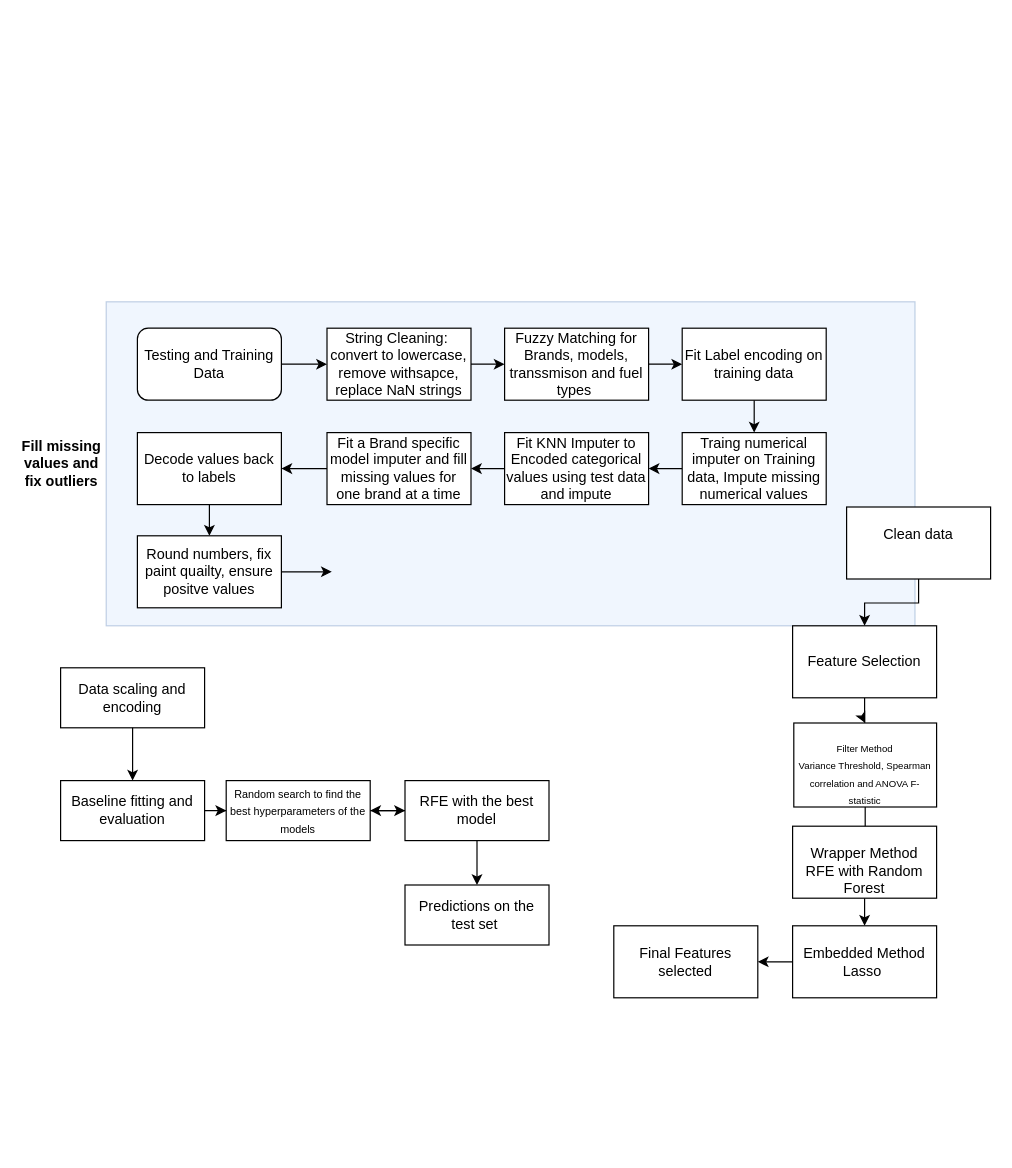
LiberoBiagi/ML_Nova_IMS_25-26 keeps this draw.io diagram as ML_draw.drawio. Above is the earlier version. Source tidied: cells renumbered, new cells numbered last; positions are measured from the earlier drawing's top-left corner, leaving out a move shared by most shapes. Both pictures are drawn from the tidied source at 120%, with x=0, y=0 at pixel (20, 301).
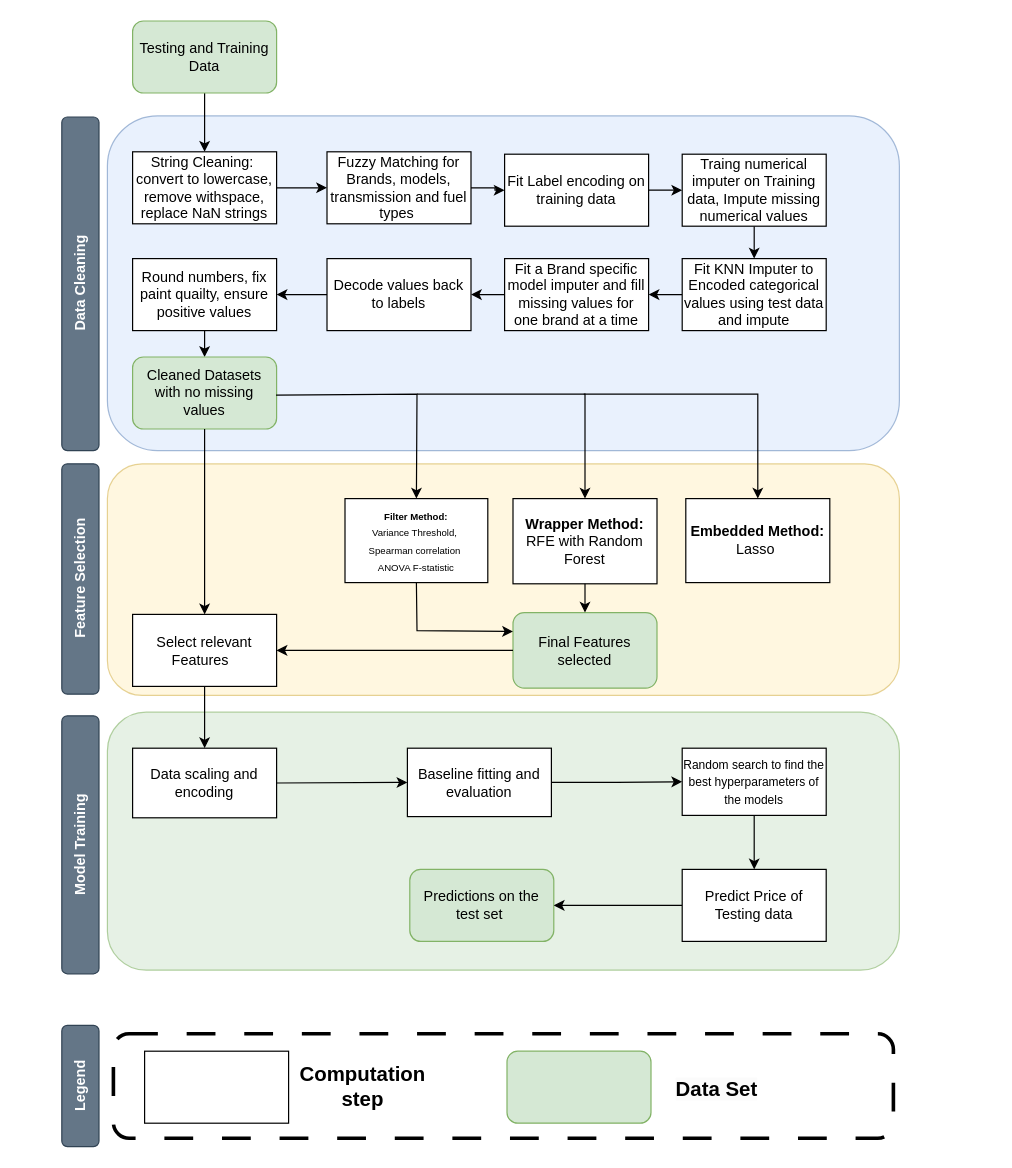
The same diagram, later.

What changed in the source:
```diff
@@
-    <mxCell id="2" style="rounded=0;whiteSpace=wrap;html=1;fillColor=#dae8fc;strokeColor=#6c8ebf;opacity=40;" parent="1" vertex="1">
-      <mxGeometry x="71" width="674" height="270" as="geometry" />
-    </mxCell>
+    <mxCell id="43" style="rounded=1;whiteSpace=wrap;html=1;fillColor=#d5e8d4;strokeColor=#82b366;opacity=60;" parent="1" vertex="1">
+      <mxGeometry x="72" y="342" width="660" height="215" as="geometry" />
+    </mxCell>
+    <mxCell id="44" style="rounded=1;whiteSpace=wrap;html=1;fillColor=#fff2cc;strokeColor=#d6b656;opacity=60;" parent="1" vertex="1">
+      <mxGeometry x="72" y="135" width="660" height="193" as="geometry" />
+    </mxCell>
+    <mxCell id="45" style="rounded=1;whiteSpace=wrap;html=1;fillColor=#dae8fc;strokeColor=#6c8ebf;opacity=60;" parent="1" vertex="1">
+      <mxGeometry x="72" y="-155" width="660" height="279" as="geometry" />
+    </mxCell>
     <mxCell id="3" value="Data scaling and encoding" style="rounded=0;whiteSpace=wrap;html=1;" parent="1" vertex="1">
-      <mxGeometry x="33" y="305" width="120" height="50" as="geometry" />
+      <mxGeometry x="93" y="372" width="120" height="58" as="geometry" />
     </mxCell>
-    <mxCell id="4" style="endArrow=classic;html=1;rounded=0;exitX=0.5;exitY=1;exitDx=0;exitDy=0;entryX=0.5;entryY=0;entryDx=0;entryDy=0;" parent="1" edge="1" source="3" target="6">
+    <mxCell id="4" style="endArrow=classic;html=1;rounded=0;exitX=1;exitY=0.5;exitDx=0;exitDy=0;entryX=0;entryY=0.5;entryDx=0;entryDy=0;" parent="1" edge="1" source="3" target="6">
       <mxGeometry relative="1" as="geometry" />
     </mxCell>
@@
     <mxCell id="6" value="Baseline fitting and evaluation" style="rounded=0;whiteSpace=wrap;html=1;" parent="1" vertex="1">
-      <mxGeometry x="33" y="399" width="120" height="50" as="geometry" />
+      <mxGeometry x="322" y="372" width="120" height="57" as="geometry" />
     </mxCell>
-    <mxCell id="7" style="edgeStyle=orthogonalEdgeStyle;rounded=0;jettySize=auto;html=1;" parent="1" edge="1" source="8" target="39">
-      <mxGeometry relative="1" as="geometry" />
-    </mxCell>
+    <mxCell id="46" style="edgeStyle=orthogonalEdgeStyle;rounded=0;jettySize=auto;html=1;" parent="1" edge="1" source="8" target="62">
+      <mxGeometry relative="1" as="geometry" />
+    </mxCell>
-    <mxCell id="8" value="&lt;font style=&quot;font-size: 9px;&quot;&gt;Random search to find the best hyperparameters of the models&lt;/font&gt;" style="whiteSpace=wrap;html=1;rounded=0;" parent="1" vertex="1">
-      <mxGeometry x="171" y="399" width="120" height="50" as="geometry" />
+    <mxCell id="8" value="&lt;font style=&quot;font-size: 10px;&quot;&gt;Random search to find the best hyperparameters of the models&lt;/font&gt;" style="whiteSpace=wrap;html=1;rounded=0;" parent="1" vertex="1">
+      <mxGeometry x="551" y="372" width="120" height="56" as="geometry" />
     </mxCell>
-    <mxCell id="9" style="edgeStyle=orthogonalEdgeStyle;rounded=0;jettySize=auto;html=1;" parent="1" edge="1" source="39" target="11">
-      <mxGeometry relative="1" as="geometry" />
-    </mxCell>
-    <mxCell id="10" style="edgeStyle=orthogonalEdgeStyle;rounded=0;jettySize=auto;html=1;" parent="1" edge="1" source="39" target="8">
-      <mxGeometry relative="1" as="geometry" />
-    </mxCell>
-    <mxCell id="11" value="Predictions on the test set&lt;span style=&quot;background-color: transparent; color: light-dark(rgb(0, 0, 0), rgb(255, 255, 255));&quot;&gt;&amp;nbsp;&lt;/span&gt;" style="whiteSpace=wrap;html=1;rounded=0;" parent="1" vertex="1">
-      <mxGeometry x="320" y="486" width="120" height="50" as="geometry" />
-    </mxCell>
@@
-    <mxCell id="13" value="Testing and Training Data" style="rounded=1;whiteSpace=wrap;html=1;" parent="1" vertex="1">
-      <mxGeometry x="97" y="22" width="120" height="60" as="geometry" />
+    <mxCell id="13" value="Testing and Training Data" style="rounded=1;whiteSpace=wrap;html=1;fillColor=#d5e8d4;strokeColor=#82b366;" parent="1" vertex="1">
+      <mxGeometry x="93" y="-234" width="120" height="60" as="geometry" />
     </mxCell>
@@
-    <mxCell id="15" value="String Cleaning:&amp;nbsp;&lt;br&gt;convert to lowercase, remove withsapce, replace NaN strings" style="rounded=0;whiteSpace=wrap;html=1;" parent="1" vertex="1">
-      <mxGeometry x="255" y="22" width="120" height="60" as="geometry" />
+    <mxCell id="15" value="String Cleaning:&amp;nbsp;&lt;br&gt;convert to lowercase, remove withspace, replace NaN strings" style="rounded=0;whiteSpace=wrap;html=1;" parent="1" vertex="1">
+      <mxGeometry x="93" y="-125" width="120" height="60" as="geometry" />
     </mxCell>
@@
-    <mxCell id="17" value="Fuzzy Matching for Brands, models, transsmison and fuel types&amp;nbsp;" style="rounded=0;whiteSpace=wrap;html=1;" parent="1" vertex="1">
-      <mxGeometry x="403" y="22" width="120" height="60" as="geometry" />
+    <mxCell id="17" value="Fuzzy Matching for Brands, models, transmission and fuel types&amp;nbsp;" style="rounded=0;whiteSpace=wrap;html=1;" parent="1" vertex="1">
+      <mxGeometry x="255" y="-125" width="120" height="60" as="geometry" />
     </mxCell>
@@
     <mxCell id="19" value="Fit Label encoding on training data" style="rounded=0;whiteSpace=wrap;html=1;" parent="1" vertex="1">
-      <mxGeometry x="551" y="22" width="120" height="60" as="geometry" />
+      <mxGeometry x="403" y="-123" width="120" height="60" as="geometry" />
     </mxCell>
@@
     <mxCell id="21" value="Traing numerical imputer on Training data, Impute missing numerical values" style="rounded=0;whiteSpace=wrap;html=1;" parent="1" vertex="1">
-      <mxGeometry x="551" y="109" width="120" height="60" as="geometry" />
+      <mxGeometry x="551" y="-123" width="120" height="60" as="geometry" />
     </mxCell>
@@
     <mxCell id="23" value="Fit KNN Imputer to Encoded categorical values using test data and impute" style="rounded=0;whiteSpace=wrap;html=1;" parent="1" vertex="1">
-      <mxGeometry x="403" y="109" width="120" height="60" as="geometry" />
+      <mxGeometry x="551" y="-36" width="120" height="60" as="geometry" />
     </mxCell>
@@
     <mxCell id="25" value="Fit a Brand specific model imputer and fill missing values for one brand at a time" style="rounded=0;whiteSpace=wrap;html=1;" parent="1" vertex="1">
-      <mxGeometry x="255" y="109" width="120" height="60" as="geometry" />
+      <mxGeometry x="403" y="-36" width="120" height="60" as="geometry" />
     </mxCell>
@@
     <mxCell id="27" value="Decode values back to labels" style="rounded=0;whiteSpace=wrap;html=1;" parent="1" vertex="1">
-      <mxGeometry x="97" y="109" width="120" height="60" as="geometry" />
+      <mxGeometry x="255" y="-36" width="120" height="60" as="geometry" />
     </mxCell>
-    <mxCell id="28" style="edgeStyle=orthogonalEdgeStyle;rounded=0;jettySize=auto;html=1;" parent="1" edge="1" source="29">
-      <mxGeometry relative="1" as="geometry">
-        <mxPoint x="259" y="225" as="targetPoint" />
-      </mxGeometry>
-    </mxCell>
+    <mxCell id="47" style="edgeStyle=orthogonalEdgeStyle;rounded=0;jettySize=auto;html=1;" parent="1" edge="1" source="29" target="48">
+      <mxGeometry relative="1" as="geometry">
+        <Array as="points">
+          <mxPoint x="153" y="80" />
+        </Array>
+      </mxGeometry>
+    </mxCell>
-    <mxCell id="29" value="Round numbers, fix paint quailty, ensure positve values" style="rounded=0;whiteSpace=wrap;html=1;" parent="1" vertex="1">
-      <mxGeometry x="97" y="195" width="120" height="60" as="geometry" />
+    <mxCell id="29" value="Round numbers, fix paint quailty, ensure positive values" style="rounded=0;whiteSpace=wrap;html=1;" parent="1" vertex="1">
+      <mxGeometry x="93" y="-36" width="120" height="60" as="geometry" />
     </mxCell>
-    <mxCell id="30" value="&lt;b&gt;Fill missing values and fix outliers&lt;/b&gt;" style="text;html=1;align=center;verticalAlign=middle;whiteSpace=wrap;rounded=0;" parent="1" vertex="1">
-      <mxGeometry y="101.5" width="68" height="67" as="geometry" />
-    </mxCell>
-    <mxCell id="31" style="edgeStyle=orthogonalEdgeStyle;rounded=0;jettySize=auto;html=1;" parent="1" edge="1" source="32" target="34">
-      <mxGeometry relative="1" as="geometry" />
-    </mxCell>
+    <mxCell id="34" value="&lt;div&gt;&lt;font style=&quot;font-size: 8px;&quot;&gt;&lt;b&gt;Filter Method:&lt;/b&gt;&lt;/font&gt;&lt;/div&gt;&lt;div&gt;&lt;font style=&quot;font-size: 8px;&quot;&gt;Variance Threshold,&amp;nbsp;&lt;/font&gt;&lt;/div&gt;&lt;div&gt;&lt;font style=&quot;font-size: 8px;&quot;&gt;Spearman correlation&amp;nbsp;&lt;/font&gt;&lt;/div&gt;&lt;div&gt;&lt;font style=&quot;font-size: 8px;&quot;&gt;ANOVA F-statistic&lt;/font&gt;&lt;/div&gt;" style="whiteSpace=wrap;html=1;rounded=0;" parent="1" vertex="1">
+      <mxGeometry x="270" y="164" width="119" height="70" as="geometry" />
+    </mxCell>
+    <mxCell id="36" value="&lt;div&gt;&lt;b&gt;Wrapper Method:&lt;/b&gt;&lt;/div&gt;&lt;div&gt;RFE with Random Forest&lt;/div&gt;" style="whiteSpace=wrap;html=1;rounded=0;" parent="1" vertex="1">
+      <mxGeometry x="410" y="164" width="120" height="71" as="geometry" />
+    </mxCell>
+    <mxCell id="38" value="&lt;br&gt;&lt;div&gt;&lt;b&gt;Embedded Method:&lt;/b&gt;&lt;/div&gt;&lt;div&gt;Lasso&amp;nbsp;&lt;/div&gt;&lt;div&gt;&lt;br&gt;&lt;/div&gt;" style="whiteSpace=wrap;html=1;rounded=0;" parent="1" vertex="1">
+      <mxGeometry x="554" y="164" width="120" height="70" as="geometry" />
+    </mxCell>
+    <mxCell id="40" value="Final Features selected" style="rounded=1;whiteSpace=wrap;html=1;fillColor=#d5e8d4;strokeColor=#82b366;" parent="1" vertex="1">
+      <mxGeometry x="410" y="259" width="120" height="63" as="geometry" />
+    </mxCell>
+    <mxCell id="48" value="Cleaned Datasets with no missing values" style="rounded=1;whiteSpace=wrap;html=1;fillColor=#d5e8d4;strokeColor=#82b366;" parent="1" vertex="1">
+      <mxGeometry x="93" y="46" width="120" height="60" as="geometry" />
+    </mxCell>
+    <mxCell id="49" style="endArrow=classic;html=1;rounded=0;entryX=0.5;entryY=0;entryDx=0;entryDy=0;" parent="1" edge="1" source="36" target="40">
+      <mxGeometry relative="1" as="geometry" />
+    </mxCell>
+    <mxCell id="50" style="endArrow=classic;html=1;rounded=0;exitX=0.996;exitY=0.529;exitDx=0;exitDy=0;entryX=0.5;entryY=0;entryDx=0;entryDy=0;exitPerimeter=0;" parent="1" edge="1" source="48" target="34">
+      <mxGeometry relative="1" as="geometry">
+        <Array as="points">
+          <mxPoint x="330" y="77" />
+        </Array>
+      </mxGeometry>
+    </mxCell>
+    <mxCell id="51" style="endArrow=classic;html=1;rounded=0;entryX=0.5;entryY=0;entryDx=0;entryDy=0;" parent="1" edge="1" target="36">
+      <mxGeometry relative="1" as="geometry">
+        <mxPoint x="330" y="77" as="sourcePoint" />
+        <Array as="points">
+          <mxPoint x="470" y="77" />
+        </Array>
+      </mxGeometry>
+    </mxCell>
+    <mxCell id="52" style="endArrow=classic;html=1;rounded=0;entryX=0.5;entryY=0;entryDx=0;entryDy=0;" parent="1" edge="1" target="38">
+      <mxGeometry relative="1" as="geometry">
+        <mxPoint x="469" y="77" as="sourcePoint" />
+        <Array as="points">
+          <mxPoint x="614" y="77" />
+        </Array>
+      </mxGeometry>
+    </mxCell>
+    <mxCell id="53" value="Select relevant Features&amp;nbsp;&amp;nbsp;" style="rounded=0;whiteSpace=wrap;html=1;" parent="1" vertex="1">
+      <mxGeometry x="93" y="260.5" width="120" height="60" as="geometry" />
+    </mxCell>
+    <mxCell id="54" style="endArrow=classic;html=1;rounded=0;exitX=0;exitY=0.5;exitDx=0;exitDy=0;entryX=1;entryY=0.5;entryDx=0;entryDy=0;" parent="1" edge="1" source="40" target="53">
+      <mxGeometry relative="1" as="geometry" />
+    </mxCell>
+    <mxCell id="55" style="endArrow=classic;html=1;rounded=0;exitX=0.5;exitY=1;exitDx=0;exitDy=0;" parent="1" edge="1" source="48" target="53">
+      <mxGeometry relative="1" as="geometry" />
+    </mxCell>
+    <mxCell id="56" style="endArrow=classic;html=1;rounded=0;exitX=0.5;exitY=1;exitDx=0;exitDy=0;entryX=0.5;entryY=0;entryDx=0;entryDy=0;" parent="1" edge="1" source="53" target="3">
+      <mxGeometry relative="1" as="geometry" />
+    </mxCell>
+    <mxCell id="11" value="Predictions on the test set&lt;span style=&quot;color: light-dark(rgb(0, 0, 0), rgb(255, 255, 255)); background-color: transparent;&quot;&gt;&amp;nbsp;&lt;/span&gt;" style="rounded=1;whiteSpace=wrap;html=1;fillColor=#d5e8d4;strokeColor=#82b366;" parent="1" vertex="1">
+      <mxGeometry x="324" y="473" width="120" height="60" as="geometry" />
+    </mxCell>
+    <mxCell id="57" value="Data Cleaning" style="rounded=1;whiteSpace=wrap;html=1;glass=0;horizontal=0;fontStyle=1;fillColor=#647687;fontColor=#ffffff;strokeColor=#314354;" parent="1" vertex="1">
+      <mxGeometry x="34" y="-154" width="31" height="278" as="geometry" />
+    </mxCell>
-    <mxCell id="32" value="Feature Selection" style="rounded=0;whiteSpace=wrap;html=1;" parent="1" vertex="1">
-      <mxGeometry x="643" y="270" width="120" height="60" as="geometry" />
+    <mxCell id="32" value="Feature Selection" style="rounded=1;whiteSpace=wrap;html=1;glass=0;horizontal=0;fontStyle=1;fillColor=#647687;fontColor=#ffffff;strokeColor=#314354;" parent="1" vertex="1">
+      <mxGeometry x="34" y="135" width="31" height="192" as="geometry" />
     </mxCell>
-    <mxCell id="33" style="edgeStyle=orthogonalEdgeStyle;rounded=0;jettySize=auto;html=1;" parent="1" edge="1" source="34" target="36">
-      <mxGeometry relative="1" as="geometry" />
-    </mxCell>
-    <mxCell id="34" value="&lt;font style=&quot;font-size: 6px;&quot;&gt;&lt;br&gt;&lt;/font&gt;&lt;div&gt;&lt;font style=&quot;font-size: 8px;&quot;&gt;Filter Method&lt;/font&gt;&lt;/div&gt;&lt;div&gt;&lt;font style=&quot;font-size: 8px;&quot;&gt;Variance Threshold, Spearman correlation and ANOVA F-statistic&lt;/font&gt;&lt;/div&gt;" style="whiteSpace=wrap;html=1;rounded=0;" parent="1" vertex="1">
-      <mxGeometry x="644" y="351" width="119" height="70" as="geometry" />
-    </mxCell>
-    <mxCell id="35" style="edgeStyle=orthogonalEdgeStyle;rounded=0;jettySize=auto;html=1;" parent="1" edge="1" source="36" target="38">
-      <mxGeometry relative="1" as="geometry" />
-    </mxCell>
-    <mxCell id="36" value="&lt;br&gt;&lt;div&gt;Wrapper Method&lt;/div&gt;&lt;div&gt;RFE with Random Forest&lt;/div&gt;" style="whiteSpace=wrap;html=1;rounded=0;" parent="1" vertex="1">
-      <mxGeometry x="643" y="437" width="120" height="60" as="geometry" />
-    </mxCell>
-    <mxCell id="37" style="edgeStyle=orthogonalEdgeStyle;rounded=0;jettySize=auto;html=1;" parent="1" edge="1" source="38" target="40">
-      <mxGeometry relative="1" as="geometry" />
-    </mxCell>
-    <mxCell id="38" value="&lt;br&gt;&lt;div&gt;Embedded Method&lt;/div&gt;&lt;div&gt;Lasso&amp;nbsp;&lt;/div&gt;&lt;div&gt;&lt;br&gt;&lt;/div&gt;" style="whiteSpace=wrap;html=1;rounded=0;" parent="1" vertex="1">
-      <mxGeometry x="643" y="520" width="120" height="60" as="geometry" />
-    </mxCell>
-    <mxCell id="39" value="RFE with the best model" style="whiteSpace=wrap;html=1;rounded=0;" parent="1" vertex="1">
-      <mxGeometry x="320" y="399" width="120" height="50" as="geometry" />
-    </mxCell>
-    <mxCell id="40" value="Final Features selected" style="rounded=0;whiteSpace=wrap;html=1;" parent="1" vertex="1">
-      <mxGeometry x="494" y="520" width="120" height="60" as="geometry" />
-    </mxCell>
-    <mxCell id="41" style="edgeStyle=orthogonalEdgeStyle;rounded=0;jettySize=auto;html=1;" parent="1" edge="1" source="42" target="32">
-      <mxGeometry relative="1" as="geometry" />
-    </mxCell>
-    <mxCell id="42" value="Clean data&lt;div&gt;&lt;br&gt;&lt;/div&gt;" style="rounded=0;whiteSpace=wrap;html=1;" parent="1" vertex="1">
-      <mxGeometry x="688" y="171" width="120" height="60" as="geometry" />
-    </mxCell>
+    <mxCell id="58" value="&lt;b&gt;Model Training&lt;/b&gt;" style="rounded=1;whiteSpace=wrap;html=1;glass=0;horizontal=0;fillColor=#647687;fontColor=#ffffff;strokeColor=#314354;" parent="1" vertex="1">
+      <mxGeometry x="34" y="345" width="31" height="215" as="geometry" />
+    </mxCell>
+    <mxCell id="59" style="endArrow=classic;html=1;rounded=0;entryX=0;entryY=0.25;entryDx=0;entryDy=0;exitX=0.5;exitY=1;exitDx=0;exitDy=0;" parent="1" edge="1" source="34" target="40">
+      <mxGeometry relative="1" as="geometry">
+        <Array as="points">
+          <mxPoint x="330" y="274" />
+        </Array>
+      </mxGeometry>
+    </mxCell>
+    <mxCell id="60" style="edgeStyle=orthogonalEdgeStyle;rounded=0;orthogonalLoop=1;jettySize=auto;html=1;exitX=0.5;exitY=1;exitDx=0;exitDy=0;" parent="1" edge="1" source="43" target="43">
+      <mxGeometry relative="1" as="geometry" />
+    </mxCell>
+    <mxCell id="61" style="edgeStyle=orthogonalEdgeStyle;rounded=0;jettySize=auto;html=1;" parent="1" edge="1" source="62" target="11">
+      <mxGeometry relative="1" as="geometry" />
+    </mxCell>
+    <mxCell id="62" value="Predict Price of Testing data" style="rounded=0;whiteSpace=wrap;html=1;" parent="1" vertex="1">
+      <mxGeometry x="551" y="473" width="120" height="60" as="geometry" />
+    </mxCell>
+    <mxCell id="63" style="rounded=1;whiteSpace=wrap;html=1;dashed=1;dashPattern=8 8;strokeWidth=3;" parent="1" vertex="1">
+      <mxGeometry x="77" y="610" width="650" height="87" as="geometry" />
+    </mxCell>
+    <mxCell id="64" style="rounded=1;whiteSpace=wrap;html=1;fillColor=#d5e8d4;strokeColor=#82b366;" parent="1" vertex="1">
+      <mxGeometry x="405" y="624.5" width="120" height="60" as="geometry" />
+    </mxCell>
+    <mxCell id="65" style="rounded=0;whiteSpace=wrap;html=1;" parent="1" vertex="1">
+      <mxGeometry x="103" y="624.5" width="120" height="60" as="geometry" />
+    </mxCell>
+    <mxCell id="66" value="&lt;b&gt;Computation step&lt;/b&gt;" style="text;html=1;align=center;verticalAlign=middle;whiteSpace=wrap;rounded=0;fontSize=17;" parent="1" vertex="1">
+      <mxGeometry x="255" y="639.5" width="60" height="30" as="geometry" />
+    </mxCell>
+    <mxCell id="67" value="&lt;b style=&quot;forced-color-adjust: none; color: rgb(0, 0, 0); font-family: Helvetica; font-style: normal; font-variant-ligatures: normal; font-variant-caps: normal; letter-spacing: normal; orphans: 2; text-align: center; text-indent: 0px; text-transform: none; widows: 2; word-spacing: 0px; -webkit-text-stroke-width: 0px; white-space: normal; background-color: rgb(251, 251, 251); text-decoration-thickness: initial; text-decoration-style: initial; text-decoration-color: initial;&quot;&gt;Data Set&lt;/b&gt;" style="text;whiteSpace=wrap;html=1;fontSize=17;" parent="1" vertex="1">
+      <mxGeometry x="544" y="639.5" width="75" height="30" as="geometry" />
+    </mxCell>
+    <mxCell id="68" value="&lt;b&gt;Legend&lt;/b&gt;" style="rounded=1;whiteSpace=wrap;html=1;glass=0;horizontal=0;fillColor=#647687;fontColor=#ffffff;strokeColor=#314354;" parent="1" vertex="1">
+      <mxGeometry x="34" y="603" width="31" height="101" as="geometry" />
+    </mxCell>
```
